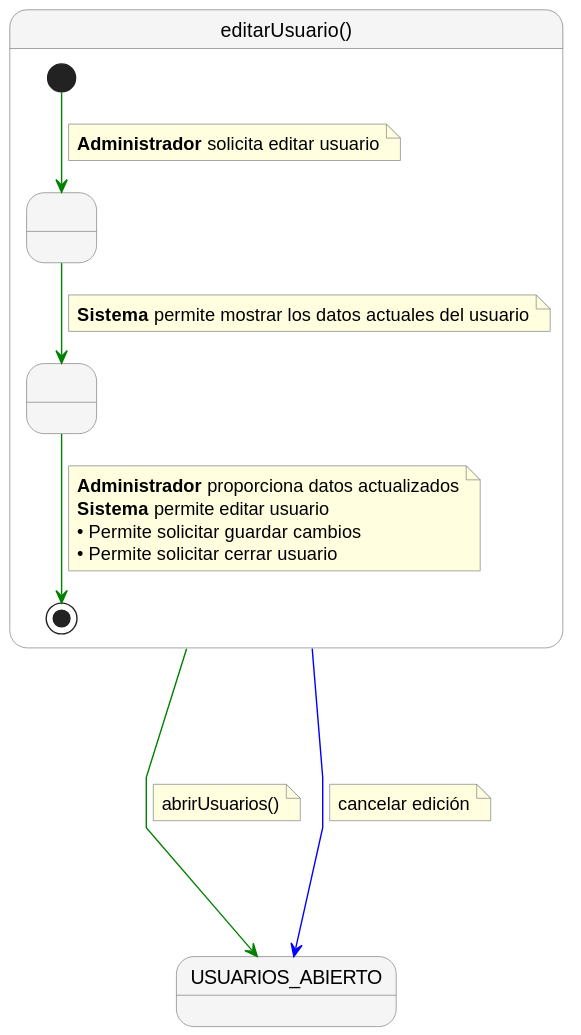
This is documents/requisitado/02-detalle/Administrador/editarUsuario.svg from jerdier/25-26-idsw2-sdVC, a PlantUML export, as it was before one commit. Its diagram source:
```plantuml
@startuml
skinparam nodesep 60
skinparam ranksep 60
skinparam linetype polyline
skinparam NoteBackgroundColor lightyellow
skinparam NoteBorderColor gray
skinparam StateBackgroundColor #F5F5F5
skinparam StateBorderColor gray

state "editarUsuario()" as editarUsuario {

    state " " as Paso1
    state " " as Paso2

    [*] -[#green]-> Paso1
    note on link
      <b>Administrador</b> solicita editar usuario
    end note

    Paso1 -[#green]-> Paso2
    note on link
      <b>Sistema</b> permite mostrar los datos actuales del usuario
    end note

    Paso2 -[#green]-> [*]
    note on link
      <b>Administrador</b> proporciona datos actualizados
      <b>Sistema</b> permite editar usuario
      • Permite solicitar guardar cambios
      • Permite solicitar cerrar usuario
    end note
}


state "USUARIOS_ABIERTO" as USUARIOS_ABIERTO

editarUsuario -[#green]---> USUARIOS_ABIERTO
note right on link
  abrirUsuarios()
end note

editarUsuario -[#blue]---> USUARIOS_ABIERTO
note right on link
  cancelar edición
end note
@enduml
```
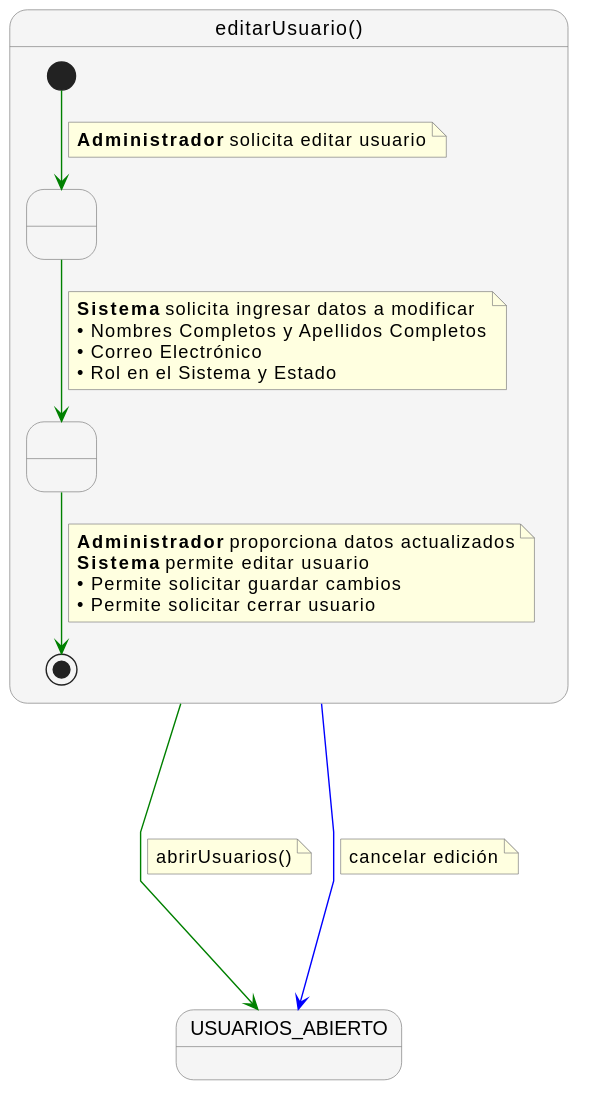
After the change.

Change to the diagram source:
```diff
@@ -19,7 +19,10 @@
 
     Paso1 -[#green]-> Paso2
     note on link
-      <b>Sistema</b> permite mostrar los datos actuales del usuario
+      <b>Sistema</b> solicita ingresar datos a modificar
+      • Nombres Completos y Apellidos Completos
+      • Correo Electrónico
+      • Rol en el Sistema y Estado
     end note
 
     Paso2 -[#green]-> [*]
```
